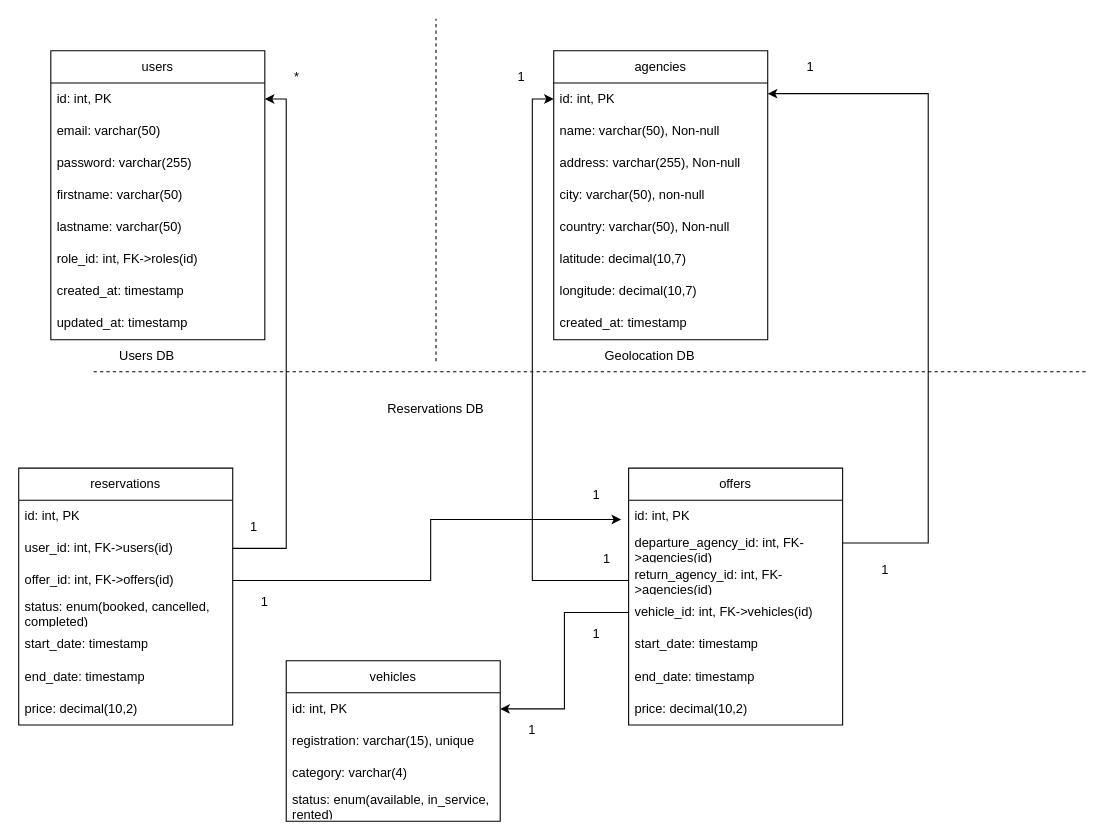
This is MS_Customer_services.drawio from TBERT31/P13-YourCarYourWay_MessageApp_JavaAngular, a draw.io file, before an edit. Source tidied: cells renumbered, new cells numbered last; positions are measured from the earlier drawing's top-left corner, leaving out a move shared by most shapes. Both pictures are drawn from the tidied source at 107%, with x=0, y=0 at pixel (18, 18).
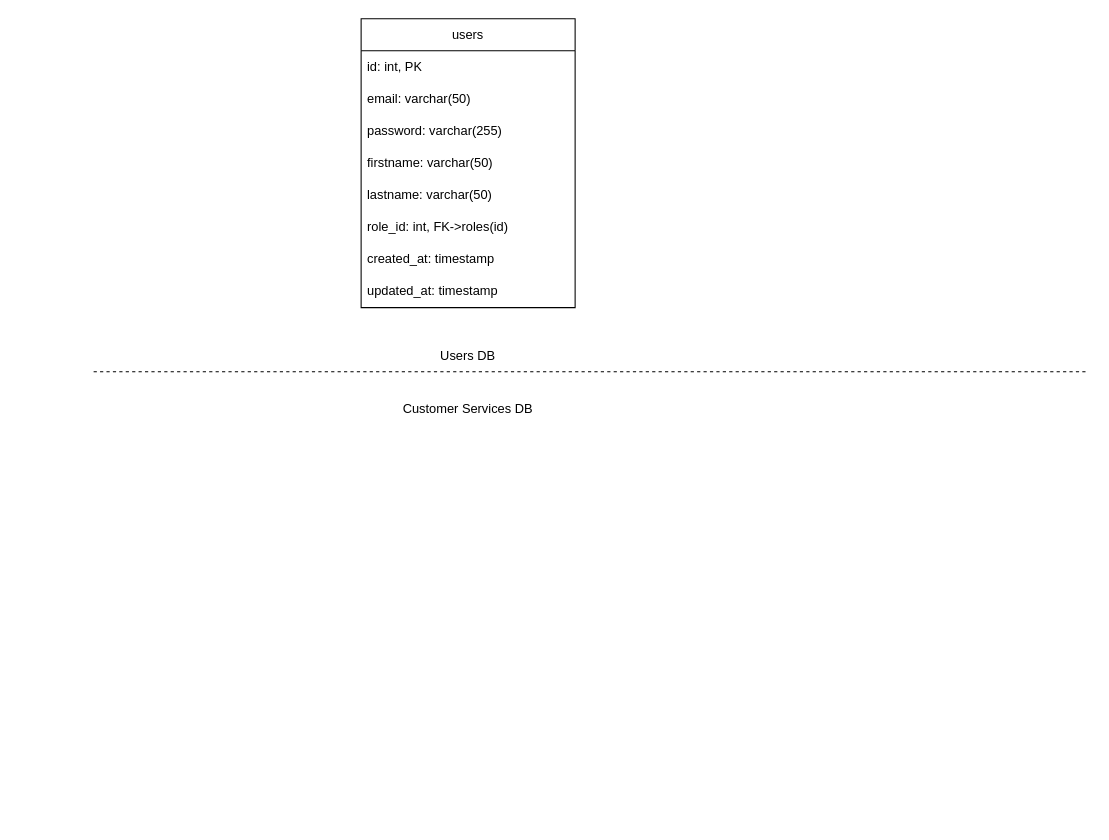
After the change.

Commit message:
Mettre à jour MS_Customer_services.drawio

The change refers to these unchanged cells:
```xml
<mxCell id="20" value="id: int, PK" style="text;strokeColor=none;fillColor=none;align=left;verticalAlign=middle;spacingLeft=4;spacingRight=4;overflow=hidden;points=[[0,0.5],[1,0.5]];portConstraint=eastwest;whiteSpace=wrap;html=1;" parent="19" vertex="1">
  <mxGeometry y="30" width="200" height="30" as="geometry" />
</mxCell>
```

Diff of the diagram source:
```diff
@@
-    <mxCell id="2" value="reservations" style="swimlane;fontStyle=0;horizontal=1;startSize=30;whiteSpace=wrap;html=1;direction=east;" parent="1" vertex="1">
-      <mxGeometry y="420" width="200" height="240" as="geometry" />
-    </mxCell>
-    <mxCell id="3" value="id: int, PK" style="text;strokeColor=none;fillColor=none;align=left;verticalAlign=middle;spacingLeft=4;spacingRight=4;overflow=hidden;whiteSpace=wrap;html=1;" parent="2" vertex="1">
-      <mxGeometry y="30" width="200" height="30" as="geometry" />
-    </mxCell>
-    <mxCell id="4" value="user_id: int, FK-&amp;gt;users(id)" style="text;strokeColor=none;fillColor=none;align=left;verticalAlign=middle;spacingLeft=4;spacingRight=4;overflow=hidden;points=[[0,0.5],[1,0.5]];portConstraint=eastwest;whiteSpace=wrap;html=1;" parent="2" vertex="1">
-      <mxGeometry y="60" width="200" height="30" as="geometry" />
-    </mxCell>
-    <mxCell id="5" value="offer_id: int, FK-&amp;gt;offers(id)" style="text;strokeColor=none;fillColor=none;align=left;verticalAlign=middle;spacingLeft=4;spacingRight=4;overflow=hidden;points=[[0,0.5],[1,0.5]];portConstraint=eastwest;whiteSpace=wrap;html=1;" parent="2" vertex="1">
-      <mxGeometry y="90" width="200" height="30" as="geometry" />
-    </mxCell>
-    <mxCell id="6" value="status: enum(booked, cancelled, completed)" style="text;strokeColor=none;fillColor=none;align=left;verticalAlign=middle;spacingLeft=4;spacingRight=4;overflow=hidden;whiteSpace=wrap;html=1;" parent="2" vertex="1">
-      <mxGeometry y="120" width="200" height="30" as="geometry" />
-    </mxCell>
-    <mxCell id="7" value="start_date: timestamp" style="text;strokeColor=none;fillColor=none;align=left;verticalAlign=middle;spacingLeft=4;spacingRight=4;overflow=hidden;whiteSpace=wrap;html=1;" parent="2" vertex="1">
-      <mxGeometry y="150" width="200" height="30" as="geometry" />
-    </mxCell>
-    <mxCell id="8" value="end_date: timestamp" style="text;strokeColor=none;fillColor=none;align=left;verticalAlign=middle;spacingLeft=4;spacingRight=4;overflow=hidden;whiteSpace=wrap;html=1;" parent="2" vertex="1">
-      <mxGeometry y="180" width="200" height="30" as="geometry" />
-    </mxCell>
-    <mxCell id="9" value="price: decimal(10,2)" style="text;strokeColor=none;fillColor=none;align=left;verticalAlign=middle;spacingLeft=4;spacingRight=4;overflow=hidden;whiteSpace=wrap;html=1;" parent="2" vertex="1">
-      <mxGeometry y="210" width="200" height="30" as="geometry" />
-    </mxCell>
-    <mxCell id="10" value="offers" style="swimlane;fontStyle=0;horizontal=1;startSize=30;whiteSpace=wrap;html=1;direction=east;" parent="1" vertex="1">
-      <mxGeometry x="570" y="420" width="200" height="240" as="geometry" />
-    </mxCell>
-    <mxCell id="11" value="id: int, PK" style="text;strokeColor=none;fillColor=none;align=left;verticalAlign=middle;spacingLeft=4;spacingRight=4;overflow=hidden;points=[[0,0.5],[1,0.5]];portConstraint=eastwest;whiteSpace=wrap;html=1;" parent="10" vertex="1">
-      <mxGeometry y="30" width="200" height="30" as="geometry" />
-    </mxCell>
-    <mxCell id="12" value="departure_agency_id: int, FK-&amp;gt;agencies(id)" style="text;strokeColor=none;fillColor=none;align=left;verticalAlign=middle;spacingLeft=4;spacingRight=4;overflow=hidden;whiteSpace=wrap;html=1;" parent="10" vertex="1">
-      <mxGeometry y="60" width="200" height="30" as="geometry" />
-    </mxCell>
-    <mxCell id="13" value="return_agency_id: int, FK-&amp;gt;agencies(id)" style="text;strokeColor=none;fillColor=none;align=left;verticalAlign=middle;spacingLeft=4;spacingRight=4;overflow=hidden;points=[[0,0.5],[1,0.5]];portConstraint=eastwest;whiteSpace=wrap;html=1;" parent="10" vertex="1">
-      <mxGeometry y="90" width="200" height="30" as="geometry" />
-    </mxCell>
-    <mxCell id="14" value="vehicle_id: int, FK-&amp;gt;vehicles(id)" style="text;strokeColor=none;fillColor=none;align=left;verticalAlign=middle;spacingLeft=4;spacingRight=4;overflow=hidden;points=[[0,0.5],[1,0.5]];portConstraint=eastwest;whiteSpace=wrap;html=1;" parent="10" vertex="1">
-      <mxGeometry y="120" width="200" height="30" as="geometry" />
-    </mxCell>
-    <mxCell id="15" value="start_date: timestamp" style="text;strokeColor=none;fillColor=none;align=left;verticalAlign=middle;spacingLeft=4;spacingRight=4;overflow=hidden;whiteSpace=wrap;html=1;" parent="10" vertex="1">
-      <mxGeometry y="150" width="200" height="30" as="geometry" />
-    </mxCell>
-    <mxCell id="16" value="end_date: timestamp" style="text;strokeColor=none;fillColor=none;align=left;verticalAlign=middle;spacingLeft=4;spacingRight=4;overflow=hidden;whiteSpace=wrap;html=1;" parent="10" vertex="1">
-      <mxGeometry y="180" width="200" height="30" as="geometry" />
-    </mxCell>
-    <mxCell id="17" value="price: decimal(10,2)" style="text;strokeColor=none;fillColor=none;align=left;verticalAlign=middle;spacingLeft=4;spacingRight=4;overflow=hidden;whiteSpace=wrap;html=1;" parent="10" vertex="1">
-      <mxGeometry y="210" width="200" height="30" as="geometry" />
-    </mxCell>
@@
     <mxCell id="19" value="users" style="swimlane;fontStyle=0;horizontal=1;startSize=30;whiteSpace=wrap;html=1;direction=east;" parent="1" vertex="1">
-      <mxGeometry x="30" y="30" width="200" height="270" as="geometry" />
+      <mxGeometry x="320" width="200" height="270" as="geometry" />
     </mxCell>
@@
-    <mxCell id="28" value="1" style="text;html=1;align=center;verticalAlign=middle;whiteSpace=wrap;rounded=0;" parent="1" vertex="1">
-      <mxGeometry x="190" y="460" width="60" height="30" as="geometry" />
-    </mxCell>
-    <mxCell id="29" value="Reservations DB" style="text;html=1;align=center;verticalAlign=middle;whiteSpace=wrap;rounded=0;" parent="1" vertex="1">
-      <mxGeometry x="340" y="350" width="100" height="30" as="geometry" />
+    <mxCell id="29" value="Customer Services DB" style="text;html=1;align=center;verticalAlign=middle;whiteSpace=wrap;rounded=0;" parent="1" vertex="1">
+      <mxGeometry x="340" y="350" width="160" height="30" as="geometry" />
     </mxCell>
     <mxCell id="30" value="Users DB" style="text;html=1;align=center;verticalAlign=middle;whiteSpace=wrap;rounded=0;" parent="1" vertex="1">
-      <mxGeometry x="70" y="300" width="100" height="30" as="geometry" />
+      <mxGeometry x="370" y="300" width="100" height="30" as="geometry" />
     </mxCell>
-    <mxCell id="31" value="vehicles" style="swimlane;fontStyle=0;horizontal=1;startSize=30;whiteSpace=wrap;html=1;direction=east;" parent="1" vertex="1">
-      <mxGeometry x="250" y="600" width="200" height="150" as="geometry" />
-    </mxCell>
-    <mxCell id="32" value="id: int, PK" style="text;strokeColor=none;fillColor=none;align=left;verticalAlign=middle;spacingLeft=4;spacingRight=4;overflow=hidden;points=[[0,0.5],[1,0.5]];portConstraint=eastwest;whiteSpace=wrap;html=1;" parent="31" vertex="1">
-      <mxGeometry y="30" width="200" height="30" as="geometry" />
-    </mxCell>
-    <mxCell id="33" value="registration: varchar(15), unique" style="text;strokeColor=none;fillColor=none;align=left;verticalAlign=middle;spacingLeft=4;spacingRight=4;overflow=hidden;whiteSpace=wrap;html=1;" parent="31" vertex="1">
-      <mxGeometry y="60" width="200" height="30" as="geometry" />
-    </mxCell>
-    <mxCell id="34" value="category: varchar(4)" style="text;strokeColor=none;fillColor=none;align=left;verticalAlign=middle;spacingLeft=4;spacingRight=4;overflow=hidden;whiteSpace=wrap;html=1;" parent="31" vertex="1">
-      <mxGeometry y="90" width="200" height="30" as="geometry" />
-    </mxCell>
-    <mxCell id="35" value="status: enum(available, in_service, rented)" style="text;strokeColor=none;fillColor=none;align=left;verticalAlign=middle;spacingLeft=4;spacingRight=4;overflow=hidden;whiteSpace=wrap;html=1;" parent="31" vertex="1">
-      <mxGeometry y="120" width="200" height="30" as="geometry" />
-    </mxCell>
-    <mxCell id="36" style="edgeStyle=orthogonalEdgeStyle;rounded=0;jettySize=auto;html=1;entryX=-0.035;entryY=0.6;entryDx=0;entryDy=0;entryPerimeter=0;" parent="1" edge="1" source="5" target="11">
-      <mxGeometry relative="1" as="geometry" />
-    </mxCell>
-    <mxCell id="37" value="1" style="text;html=1;align=center;verticalAlign=middle;whiteSpace=wrap;rounded=0;" parent="1" vertex="1">
-      <mxGeometry x="200" y="530" width="60" height="30" as="geometry" />
-    </mxCell>
-    <mxCell id="38" value="1" style="text;html=1;align=center;verticalAlign=middle;whiteSpace=wrap;rounded=0;" parent="1" vertex="1">
-      <mxGeometry x="510" y="430" width="60" height="30" as="geometry" />
-    </mxCell>
-    <mxCell id="39" style="edgeStyle=orthogonalEdgeStyle;rounded=0;jettySize=auto;html=1;entryX=1;entryY=0.5;entryDx=0;entryDy=0;" parent="1" edge="1" source="4" target="20">
-      <mxGeometry relative="1" as="geometry" />
-    </mxCell>
-    <mxCell id="40" value="*" style="text;html=1;align=center;verticalAlign=middle;whiteSpace=wrap;rounded=0;" parent="1" vertex="1">
-      <mxGeometry x="230" y="40" width="60" height="30" as="geometry" />
-    </mxCell>
-    <mxCell id="41" style="endArrow=none;dashed=1;html=1;rounded=0;" parent="1" edge="1">
-      <mxGeometry relative="1" as="geometry">
-        <mxPoint x="390" y="320" as="sourcePoint" />
-        <mxPoint x="390" as="targetPoint" />
-      </mxGeometry>
-    </mxCell>
-    <mxCell id="42" value="Geolocation DB" style="text;html=1;align=center;verticalAlign=middle;whiteSpace=wrap;rounded=0;" parent="1" vertex="1">
-      <mxGeometry x="540" y="300" width="100" height="30" as="geometry" />
-    </mxCell>
-    <mxCell id="43" value="agencies" style="swimlane;fontStyle=0;horizontal=1;startSize=30;whiteSpace=wrap;html=1;direction=east;" parent="1" vertex="1">
-      <mxGeometry x="500" y="30" width="200" height="270" as="geometry" />
-    </mxCell>
-    <mxCell id="44" value="id: int, PK" style="text;strokeColor=none;fillColor=none;align=left;verticalAlign=middle;spacingLeft=4;spacingRight=4;overflow=hidden;points=[[0,0.5],[1,0.5]];portConstraint=eastwest;whiteSpace=wrap;html=1;" parent="43" vertex="1">
-      <mxGeometry y="30" width="200" height="30" as="geometry" />
-    </mxCell>
-    <mxCell id="45" value="name: varchar(50), Non-null" style="text;strokeColor=none;fillColor=none;align=left;verticalAlign=middle;spacingLeft=4;spacingRight=4;overflow=hidden;whiteSpace=wrap;html=1;" parent="43" vertex="1">
-      <mxGeometry y="60" width="200" height="30" as="geometry" />
-    </mxCell>
-    <mxCell id="46" value="address: varchar(255), Non-null" style="text;strokeColor=none;fillColor=none;align=left;verticalAlign=middle;spacingLeft=4;spacingRight=4;overflow=hidden;whiteSpace=wrap;html=1;" parent="43" vertex="1">
-      <mxGeometry y="90" width="200" height="30" as="geometry" />
-    </mxCell>
-    <mxCell id="47" value="city: varchar(50), non-null" style="text;strokeColor=none;fillColor=none;align=left;verticalAlign=middle;spacingLeft=4;spacingRight=4;overflow=hidden;whiteSpace=wrap;html=1;" parent="43" vertex="1">
-      <mxGeometry y="120" width="200" height="30" as="geometry" />
-    </mxCell>
-    <mxCell id="48" value="country: varchar(50), Non-null" style="text;strokeColor=none;fillColor=none;align=left;verticalAlign=middle;spacingLeft=4;spacingRight=4;overflow=hidden;whiteSpace=wrap;html=1;" parent="43" vertex="1">
-      <mxGeometry y="150" width="200" height="30" as="geometry" />
-    </mxCell>
-    <mxCell id="49" value="latitude: decimal(10,7)" style="text;strokeColor=none;fillColor=none;align=left;verticalAlign=middle;spacingLeft=4;spacingRight=4;overflow=hidden;whiteSpace=wrap;html=1;" parent="43" vertex="1">
-      <mxGeometry y="180" width="200" height="30" as="geometry" />
-    </mxCell>
-    <mxCell id="50" value="longitude: decimal(10,7)" style="text;strokeColor=none;fillColor=none;align=left;verticalAlign=middle;spacingLeft=4;spacingRight=4;overflow=hidden;whiteSpace=wrap;html=1;" parent="43" vertex="1">
-      <mxGeometry y="210" width="200" height="30" as="geometry" />
-    </mxCell>
-    <mxCell id="51" value="created_at: timestamp" style="text;strokeColor=none;fillColor=none;align=left;verticalAlign=middle;spacingLeft=4;spacingRight=4;overflow=hidden;whiteSpace=wrap;html=1;" parent="43" vertex="1">
-      <mxGeometry y="240" width="200" height="30" as="geometry" />
-    </mxCell>
-    <mxCell id="52" style="edgeStyle=orthogonalEdgeStyle;rounded=0;orthogonalLoop=1;jettySize=auto;html=1;entryX=1;entryY=0.5;entryDx=0;entryDy=0;" parent="1" edge="1">
-      <mxGeometry relative="1" as="geometry">
-        <mxPoint x="770" y="490" as="sourcePoint" />
-        <mxPoint x="700" y="70" as="targetPoint" />
-        <Array as="points">
-          <mxPoint x="850" y="490" />
-          <mxPoint x="850" y="70" />
-        </Array>
-      </mxGeometry>
-    </mxCell>
-    <mxCell id="53" style="edgeStyle=orthogonalEdgeStyle;rounded=0;jettySize=auto;html=1;entryX=0;entryY=0.5;entryDx=0;entryDy=0;" parent="1" edge="1" source="13" target="44">
-      <mxGeometry relative="1" as="geometry" />
-    </mxCell>
-    <mxCell id="54" value="1" style="text;html=1;align=center;verticalAlign=middle;whiteSpace=wrap;rounded=0;" parent="1" vertex="1">
-      <mxGeometry x="780" y="500" width="60" height="30" as="geometry" />
-    </mxCell>
-    <mxCell id="55" value="1" style="text;html=1;align=center;verticalAlign=middle;whiteSpace=wrap;rounded=0;" parent="1" vertex="1">
-      <mxGeometry x="710" y="30" width="60" height="30" as="geometry" />
-    </mxCell>
-    <mxCell id="56" value="1" style="text;html=1;align=center;verticalAlign=middle;whiteSpace=wrap;rounded=0;" parent="1" vertex="1">
-      <mxGeometry x="520" y="490" width="60" height="30" as="geometry" />
-    </mxCell>
-    <mxCell id="57" value="1" style="text;html=1;align=center;verticalAlign=middle;whiteSpace=wrap;rounded=0;" parent="1" vertex="1">
-      <mxGeometry x="440" y="40" width="60" height="30" as="geometry" />
-    </mxCell>
-    <mxCell id="58" style="edgeStyle=orthogonalEdgeStyle;rounded=0;jettySize=auto;html=1;entryX=1;entryY=0.5;entryDx=0;entryDy=0;" parent="1" edge="1" source="14" target="32">
-      <mxGeometry relative="1" as="geometry" />
-    </mxCell>
-    <mxCell id="59" value="1" style="text;html=1;align=center;verticalAlign=middle;whiteSpace=wrap;rounded=0;" parent="1" vertex="1">
-      <mxGeometry x="450" y="650" width="60" height="30" as="geometry" />
-    </mxCell>
-    <mxCell id="60" value="1" style="text;html=1;align=center;verticalAlign=middle;whiteSpace=wrap;rounded=0;" parent="1" vertex="1">
-      <mxGeometry x="510" y="560" width="60" height="30" as="geometry" />
-    </mxCell>
```
